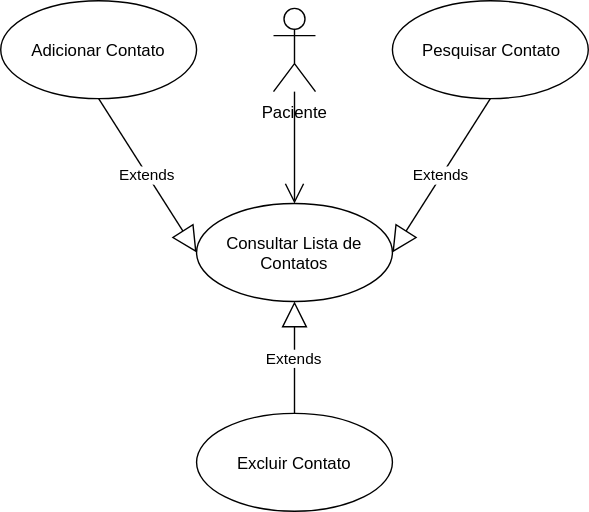
Before: doc/casosDeUso/consultarListaDeContatos.svg, a diagram exported from draw.io (Judahh/pocketDoc). Source tidied: cells renumbered, new cells last; positions are measured from the earlier drawing's top-left corner, leaving out a move shared by most shapes.
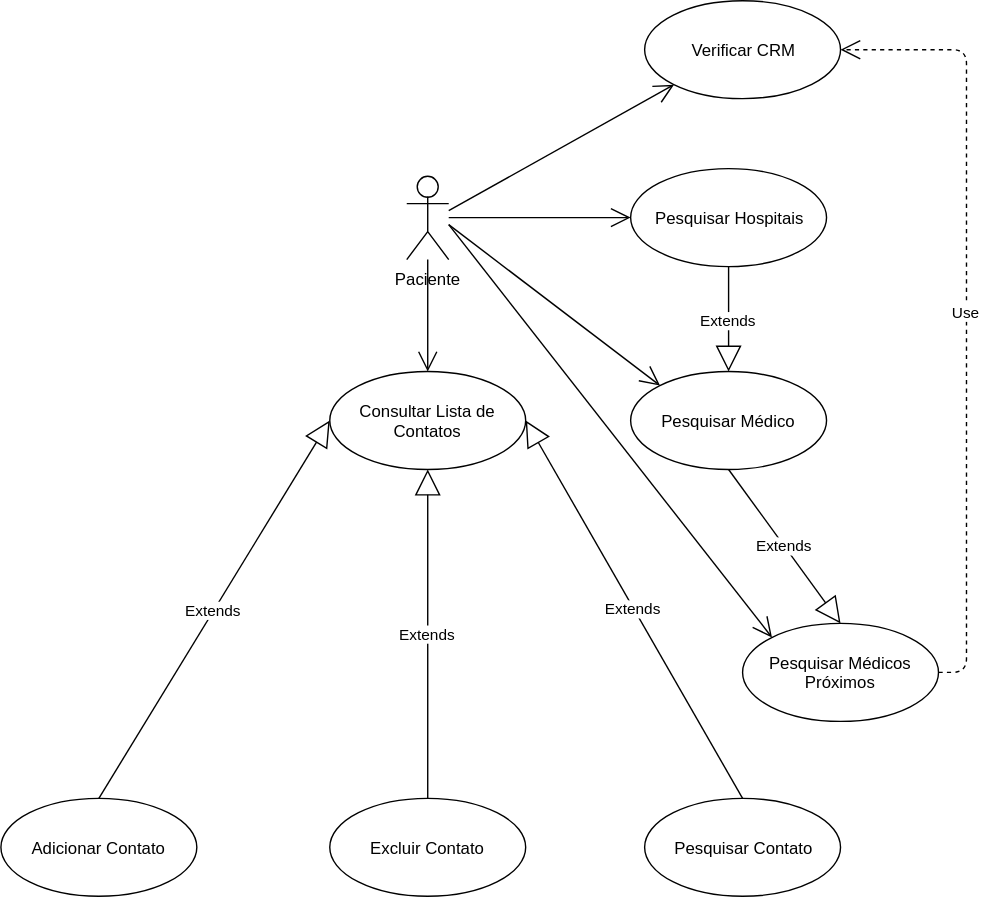
After the change.

Diff of the diagram source:
```diff
@@ -6,16 +6,16 @@
       <mxGeometry x="195" y="5" width="30" height="60" as="geometry" />
     </mxCell>
     <mxCell id="3" value="Adicionar Contato" style="ellipse;whiteSpace=wrap;html=1;" parent="1" vertex="1">
-      <mxGeometry width="140" height="70" as="geometry" />
+      <mxGeometry x="-95" y="450" width="140" height="70" as="geometry" />
     </mxCell>
     <mxCell id="4" value="Pesquisar Contato" style="ellipse;whiteSpace=wrap;html=1;" parent="1" vertex="1">
-      <mxGeometry x="280" width="140" height="70" as="geometry" />
+      <mxGeometry x="365" y="450" width="140" height="70" as="geometry" />
     </mxCell>
     <mxCell id="5" value="Consultar Lista de Contatos" style="ellipse;whiteSpace=wrap;html=1;" parent="1" vertex="1">
       <mxGeometry x="140" y="145" width="140" height="70" as="geometry" />
     </mxCell>
     <mxCell id="6" value="Excluir Contato" style="ellipse;whiteSpace=wrap;html=1;" parent="1" vertex="1">
-      <mxGeometry x="140" y="295" width="140" height="70" as="geometry" />
+      <mxGeometry x="140" y="450" width="140" height="70" as="geometry" />
     </mxCell>
     <mxCell id="7" value="Extends" style="endArrow=block;endSize=16;endFill=0;html=1;entryX=0.5;entryY=1;exitX=0.5;exitY=0;" parent="1" edge="1" source="6" target="5">
       <mxGeometry relative="1" as="geometry" />
@@ -25,11 +25,57 @@
         <mxPoint x="210" y="65" as="sourcePoint" />
       </mxGeometry>
     </mxCell>
-    <mxCell id="9" value="Extends" style="endArrow=block;endSize=16;endFill=0;html=1;exitX=0.5;exitY=1;entryX=1;entryY=0.5;" parent="1" edge="1" source="4" target="5">
+    <mxCell id="9" value="Extends" style="endArrow=block;endSize=16;endFill=0;html=1;entryX=1;entryY=0.5;exitX=0.5;exitY=0;" parent="1" edge="1" source="4" target="5">
       <mxGeometry relative="1" as="geometry" />
     </mxCell>
-    <mxCell id="10" value="Extends" style="endArrow=block;endSize=16;endFill=0;html=1;exitX=0.5;exitY=1;entryX=0;entryY=0.5;" parent="1" edge="1" source="3" target="5">
+    <mxCell id="10" value="Extends" style="endArrow=block;endSize=16;endFill=0;html=1;exitX=0.5;exitY=0;entryX=0;entryY=0.5;" parent="1" edge="1" source="3" target="5">
       <mxGeometry relative="1" as="geometry" />
     </mxCell>
+    <mxCell id="11" value="Pesquisar Hospitais" style="ellipse;whiteSpace=wrap;html=1;" parent="1" vertex="1">
+      <mxGeometry x="355" width="140" height="70" as="geometry" />
+    </mxCell>
+    <mxCell id="12" value="Pesquisar Médico" style="ellipse;whiteSpace=wrap;html=1;" parent="1" vertex="1">
+      <mxGeometry x="355" y="145" width="140" height="70" as="geometry" />
+    </mxCell>
+    <mxCell id="13" value="Pesquisar Médicos Próximos" style="ellipse;whiteSpace=wrap;html=1;" parent="1" vertex="1">
+      <mxGeometry x="435" y="325" width="140" height="70" as="geometry" />
+    </mxCell>
+    <mxCell id="14" value="Extends" style="endArrow=block;endSize=16;endFill=0;html=1;entryX=0.5;entryY=0;exitX=0.5;exitY=1;" parent="1" edge="1" source="11" target="12">
+      <mxGeometry relative="1" as="geometry" />
+    </mxCell>
+    <mxCell id="15" style="endArrow=open;endFill=1;endSize=12;html=1;entryX=0;entryY=0.5;" parent="1" edge="1" target="11">
+      <mxGeometry relative="1" as="geometry">
+        <mxPoint x="225" y="35" as="sourcePoint" />
+      </mxGeometry>
+    </mxCell>
+    <mxCell id="16" style="endArrow=open;endFill=1;endSize=12;html=1;entryX=0;entryY=0;" parent="1" edge="1" target="12">
+      <mxGeometry relative="1" as="geometry">
+        <mxPoint x="225" y="40" as="sourcePoint" />
+      </mxGeometry>
+    </mxCell>
+    <mxCell id="17" style="endArrow=open;endFill=1;endSize=12;html=1;entryX=0;entryY=0;" parent="1" edge="1" target="13">
+      <mxGeometry relative="1" as="geometry">
+        <mxPoint x="225" y="40" as="sourcePoint" />
+      </mxGeometry>
+    </mxCell>
+    <mxCell id="18" value="Extends" style="endArrow=block;endSize=16;endFill=0;html=1;entryX=0.5;entryY=0;exitX=0.5;exitY=1;" parent="1" edge="1" source="12" target="13">
+      <mxGeometry relative="1" as="geometry" />
+    </mxCell>
+    <mxCell id="19" value="Verificar CRM" style="ellipse;whiteSpace=wrap;html=1;" parent="1" vertex="1">
+      <mxGeometry x="365" y="-120" width="140" height="70" as="geometry" />
+    </mxCell>
+    <mxCell id="20" style="endArrow=open;endFill=1;endSize=12;html=1;entryX=0;entryY=1;" parent="1" edge="1" target="19">
+      <mxGeometry relative="1" as="geometry">
+        <mxPoint x="225" y="30" as="sourcePoint" />
+      </mxGeometry>
+    </mxCell>
+    <mxCell id="21" value="Use" style="endArrow=open;endSize=12;dashed=1;html=1;exitX=1;exitY=0.5;entryX=1;entryY=0.5;" parent="1" edge="1" source="13" target="19">
+      <mxGeometry relative="1" as="geometry">
+        <Array as="points">
+          <mxPoint x="595" y="360" />
+          <mxPoint x="595" y="-85" />
+        </Array>
+      </mxGeometry>
+    </mxCell>
   </root>
 </mxGraphModel>
```
